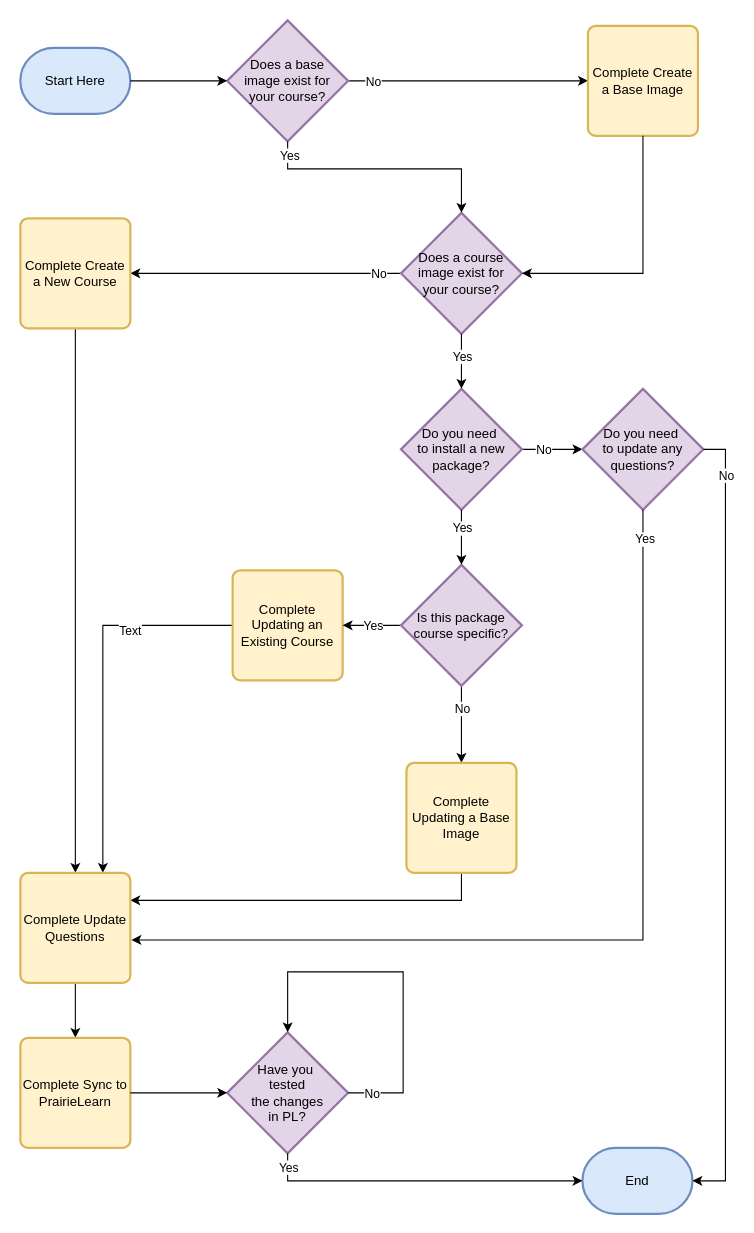
Earlier version of the draw.io diagram utilities/docker.drawio (joelostblom/prairielearn-dockers). Source tidied: cells renumbered, new cells numbered last; positions are measured from the earlier drawing's top-left corner, leaving out a move shared by most shapes. Both pictures are drawn from the tidied source at 110%, with x=0, y=0 at pixel (20, 20).
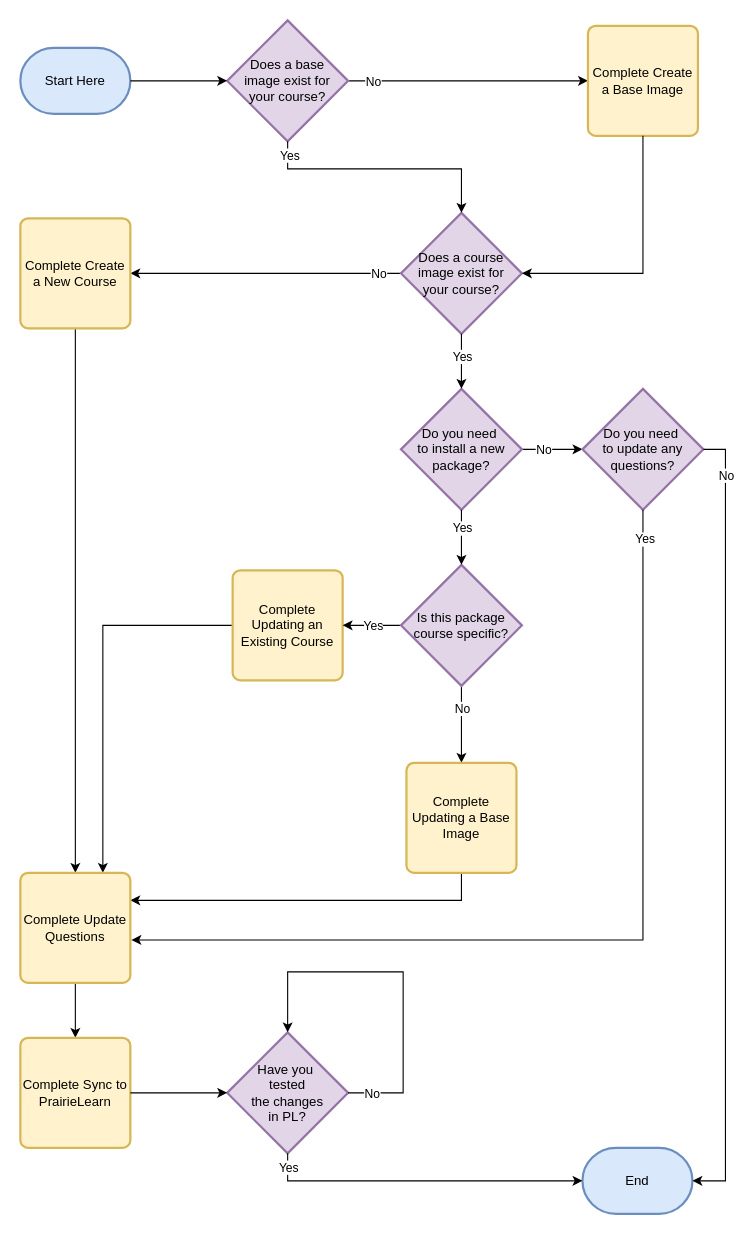
Above is the later version.

The change refers to these unchanged cells:
```xml
<mxCell id="19" style="edgeStyle=orthogonalEdgeStyle;rounded=0;jettySize=auto;html=1;entryX=0.75;entryY=0;entryDx=0;entryDy=0;exitX=0;exitY=0.5;exitDx=0;exitDy=0;" parent="1" edge="1" source="21" target="32">
  <mxGeometry relative="1" as="geometry" />
</mxCell>
```

Change to the diagram source:
```diff
@@
-    <mxCell id="20" value="Text" style="edgeLabel;html=1;align=center;verticalAlign=middle;" parent="19" vertex="1">
-      <mxGeometry x="-0.45" y="4" relative="1" as="geometry" />
-    </mxCell>
```
